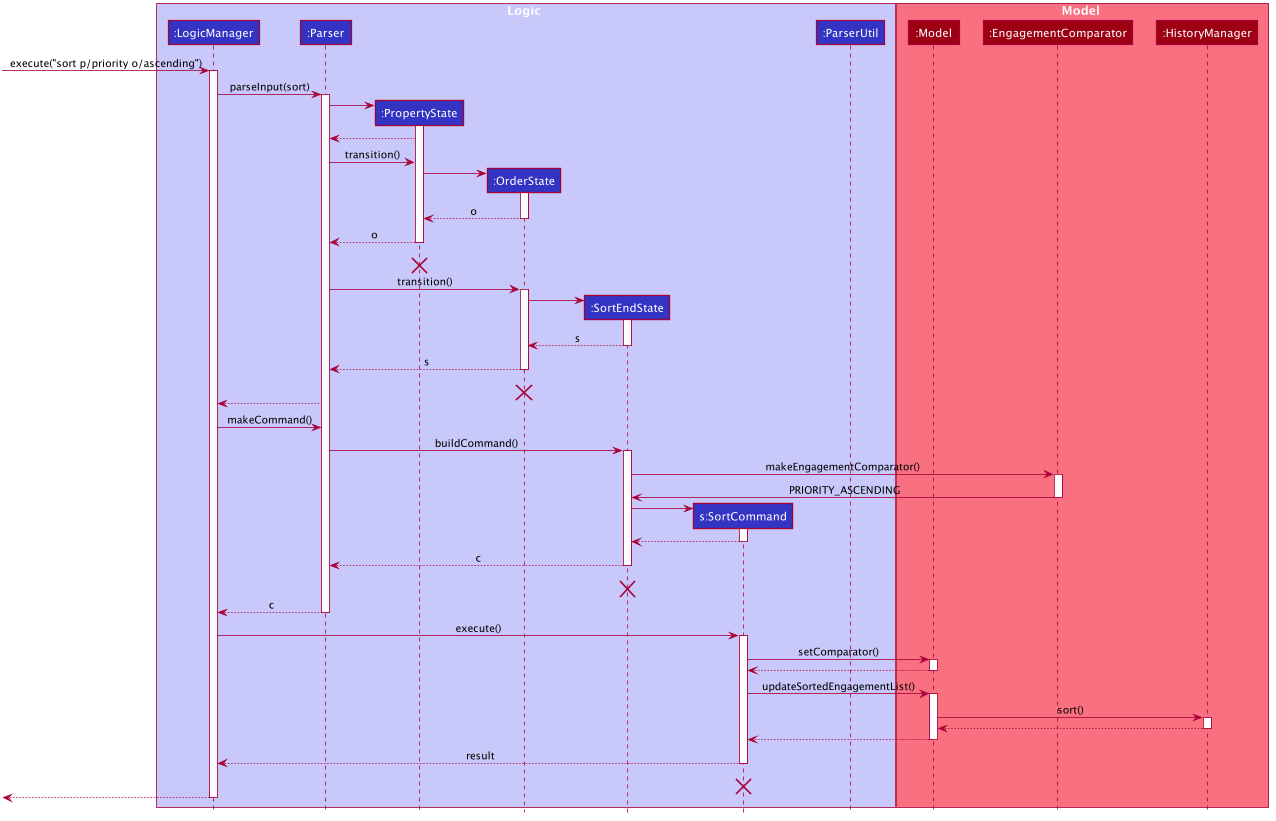
Before: images/SortSequenceDiagram.png, a diagram exported from PlantUML (AY1920S1-CS2103T-F14-3/main). The source it was exported from:
```plantuml
@startuml








skinparam BackgroundColor #FFFFFFF

skinparam Shadowing false

skinparam Class {
    FontColor #FFFFFF
    BorderThickness 1
    BorderColor #FFFFFF
    StereotypeFontColor #FFFFFF
    FontName Arial
}

skinparam Actor {
    BorderColor #000000
    Color #000000
    FontName Arial
}

skinparam Sequence {
    MessageAlign center
    BoxFontSize 15
    BoxPadding 0
    BoxFontColor #FFFFFF
    FontName Arial
}

skinparam Participant {
    FontColor #FFFFFFF
    Padding 20
}

skinparam MinClassWidth 50
skinparam ParticipantPadding 10
skinparam Shadowing false
skinparam DefaultTextAlignment center
skinparam packageStyle Rectangle

hide footbox
hide members
hide circle

box Logic #C8C8FA
participant ":LogicManager" as LogicManager #3333C4
participant ":Parser" as Parser #3333C4
participant ":PropertyState" as PropertyState #3333C4
participant ":OrderState" as OrderState #3333C4
participant ":SortEndState" as SortEndState #3333C4
participant "s:SortCommand" as SortCommand #3333C4
participant ":ParserUtil" as ParserUtil #3333C4
end box

box Model #F97181
participant ":Model" as Model #9D0012
participant ":EngagementComparator" as EngagementComparator #9D0012
participant ":HistoryManager" as HistoryManager #9D0012
end box
[-> LogicManager : execute("sort p/priority o/ascending")
activate LogicManager

LogicManager -> Parser : parseInput(sort)
activate Parser

create PropertyState
Parser -> PropertyState
activate PropertyState
PropertyState --> Parser
Parser -> PropertyState : transition()

create OrderState
PropertyState -> OrderState
activate OrderState

OrderState --> PropertyState : o
deactivate OrderState
PropertyState --> Parser : o
deactivate PropertyState
PropertyState -[hidden]-> Parser : pp
destroy PropertyState

Parser -> OrderState : transition()
activate OrderState

create SortEndState
OrderState -> SortEndState
activate SortEndState

SortEndState --> OrderState : s
deactivate SortEndState
OrderState --> Parser : s
deactivate OrderState
OrderState -[hidden]-> Parser : pp
destroy OrderState

Parser --> LogicManager
LogicManager -> Parser : makeCommand()

Parser -> SortEndState : buildCommand()
activate SortEndState

SortEndState -> EngagementComparator : makeEngagementComparator()
activate EngagementComparator
EngagementComparator -> SortEndState : PRIORITY_ASCENDING
deactivate EngagementComparator

create SortCommand
SortEndState -> SortCommand
activate SortCommand

SortCommand --> SortEndState
deactivate SortCommand

SortEndState --> Parser : c
deactivate SortEndState
SortEndState -[hidden]-> Parser : s
destroy SortEndState

Parser --> LogicManager : c
deactivate Parser

LogicManager -> SortCommand : execute()
activate SortCommand

SortCommand -> Model : setComparator()
activate Model
Model --> SortCommand
deactivate Model

SortCommand -> Model : updateSortedEngagementList()
activate Model

Model -> HistoryManager : sort()
activate HistoryManager
HistoryManager --> Model :
deactivate HistoryManager

Model --> SortCommand
deactivate Model

SortCommand --> LogicManager : result
deactivate SortCommand
SortCommand -[hidden]-> LogicManager : result
destroy SortCommand

[<--LogicManager
deactivate LogicManager
@enduml
```
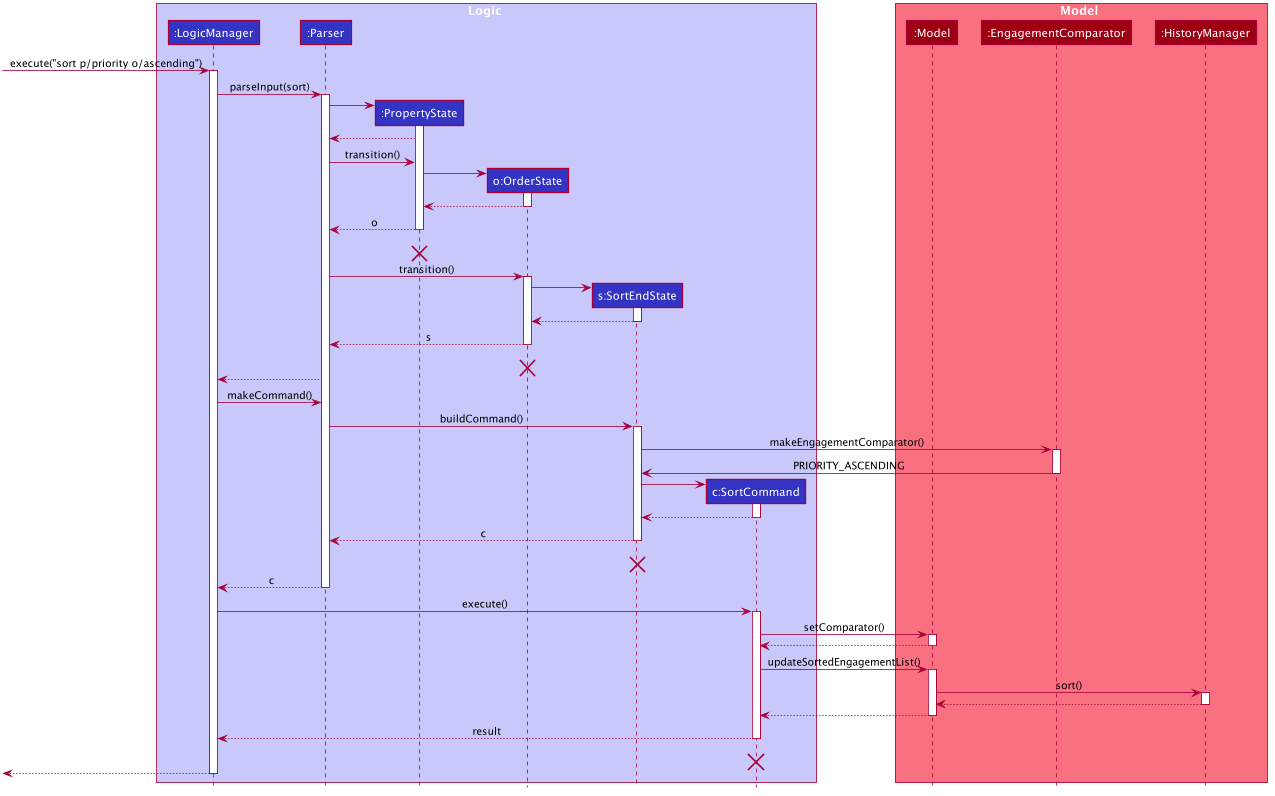
Later version of the same file.

Change to the diagram source:
```diff
@@ -52,10 +52,9 @@
 participant ":LogicManager" as LogicManager #3333C4
 participant ":Parser" as Parser #3333C4
 participant ":PropertyState" as PropertyState #3333C4
-participant ":OrderState" as OrderState #3333C4
-participant ":SortEndState" as SortEndState #3333C4
-participant "s:SortCommand" as SortCommand #3333C4
-participant ":ParserUtil" as ParserUtil #3333C4
+participant "o:OrderState" as OrderState #3333C4
+participant "s:SortEndState" as SortEndState #3333C4
+participant "c:SortCommand" as SortCommand #3333C4
 end box
 
 box Model #F97181
@@ -79,7 +78,7 @@
 PropertyState -> OrderState
 activate OrderState
 
-OrderState --> PropertyState : o
+OrderState --> PropertyState
 deactivate OrderState
 PropertyState --> Parser : o
 deactivate PropertyState
@@ -93,7 +92,7 @@
 OrderState -> SortEndState
 activate SortEndState
 
-SortEndState --> OrderState : s
+SortEndState --> OrderState
 deactivate SortEndState
 OrderState --> Parser : s
 deactivate OrderState
```
